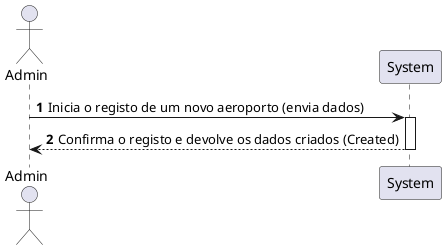
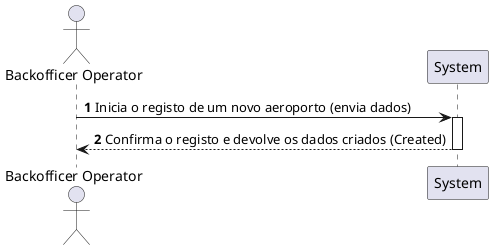
@startuml
autonumber
skinparam packageStyle rectangle

- actor "Admin" as User
+ actor "Backofficer Operator" as User
participant "System" as Sys

User -> Sys : Inicia o registo de um novo aeroporto (envia dados)
activate Sys
Sys --> User : Confirma o registo e devolve os dados criados (Created)
deactivate Sys
@enduml